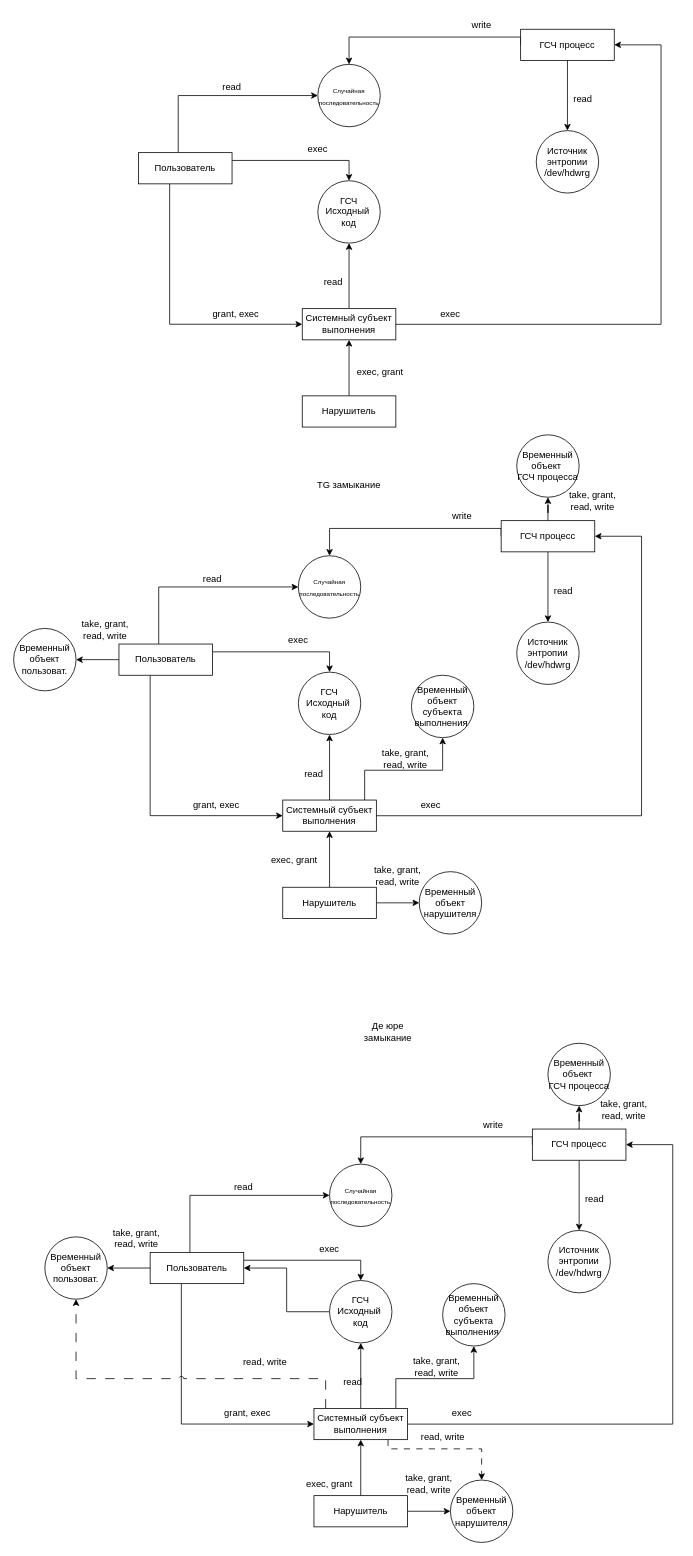
Before: page "Страница-2" (2 of 2) of модель_безопасности.drawio in dsm1337/diplom, a draw.io diagram. Source tidied: cells renumbered, new cells numbered last; positions are measured from the earlier drawing's top-left corner, leaving out a move shared by most shapes. Both pictures are drawn from the tidied source at 78%, with x=0, y=0 at pixel (13, 13).
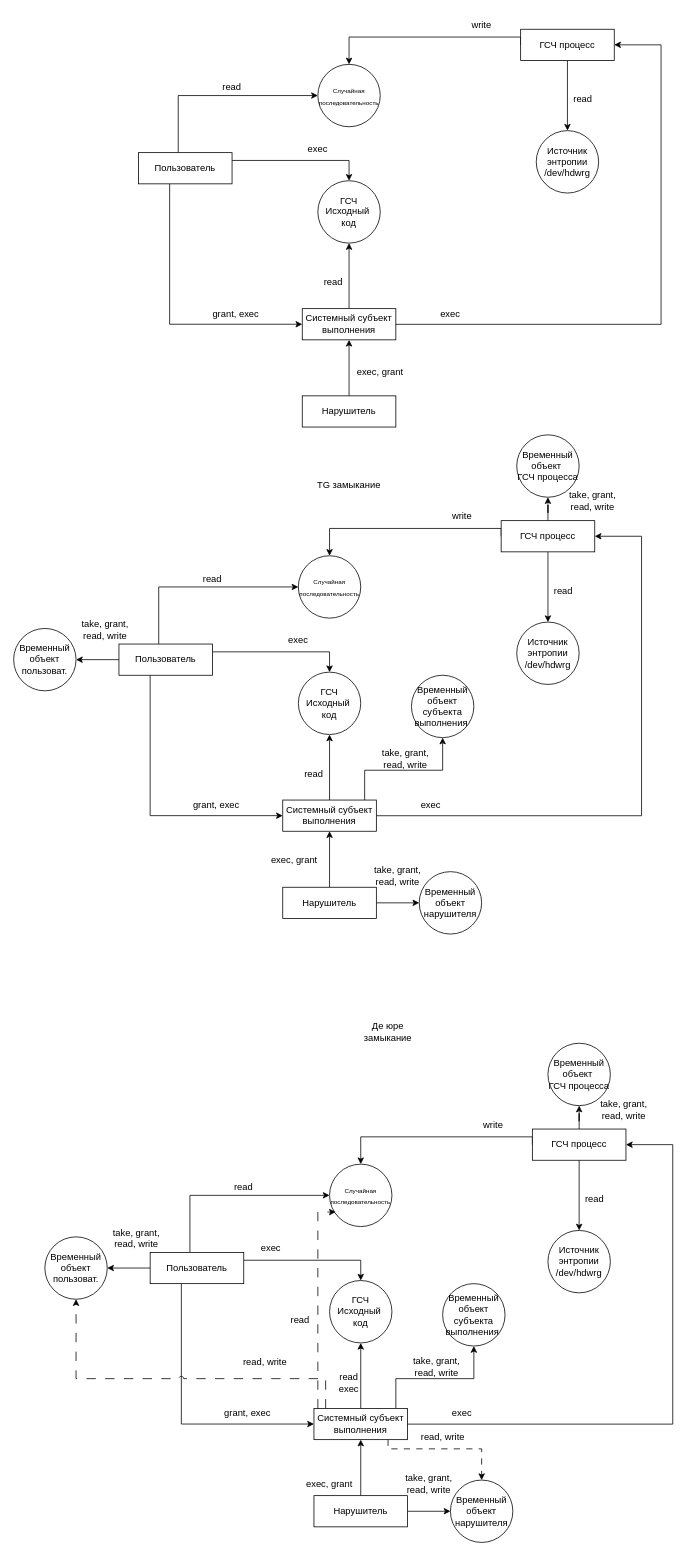
Above is the later version.

Unchanged cells that the change refers to:
```xml
<mxCell id="62" value="&lt;font style=&quot;font-size: 8px;&quot;&gt;Случайная последовательность&lt;/font&gt;" style="ellipse;whiteSpace=wrap;html=1;" parent="1" vertex="1">
  <mxGeometry x="405" y="1475" width="80" height="80" as="geometry" />
</mxCell>
<mxCell id="67" value="Пользователь" style="rounded=0;whiteSpace=wrap;html=1;" parent="1" vertex="1">
  <mxGeometry x="175" y="1588.2" width="120" height="40" as="geometry" />
</mxCell>
<mxCell id="77" value="Системный субъект выполнения" style="rounded=0;whiteSpace=wrap;html=1;" parent="1" vertex="1">
  <mxGeometry x="385" y="1788.2" width="120" height="40" as="geometry" />
</mxCell>
<mxCell id="84" value="ГСЧ&lt;br&gt;Исходный&amp;nbsp;&lt;div&gt;код&lt;/div&gt;" style="ellipse;whiteSpace=wrap;html=1;" parent="1" vertex="1">
  <mxGeometry x="405" y="1624.2" width="80" height="80" as="geometry" />
</mxCell>
```

Change to the diagram source:
```diff
@@
-    <mxCell id="83" style="edgeStyle=orthogonalEdgeStyle;rounded=0;jettySize=auto;html=1;" parent="1" edge="1" source="84" target="67">
-      <mxGeometry relative="1" as="geometry" />
-    </mxCell>
@@
-    <mxCell id="85" value="read" style="text;html=1;whiteSpace=wrap;strokeColor=none;fillColor=none;align=center;verticalAlign=middle;rounded=0;rotation=0;" parent="1" vertex="1">
-      <mxGeometry x="385" y="1740" width="100" height="30" as="geometry" />
+    <mxCell id="85" value="read&lt;div&gt;exec&lt;/div&gt;" style="text;html=1;whiteSpace=wrap;strokeColor=none;fillColor=none;align=center;verticalAlign=middle;rounded=0;rotation=0;" parent="1" vertex="1">
+      <mxGeometry x="380" y="1740" width="100" height="30" as="geometry" />
     </mxCell>
@@
     <mxCell id="87" value="exec" style="text;html=1;whiteSpace=wrap;strokeColor=none;fillColor=none;align=center;verticalAlign=middle;rounded=0;rotation=0;" parent="1" vertex="1">
-      <mxGeometry x="355" y="1569.2" width="100" height="30" as="geometry" />
+      <mxGeometry x="280" y="1568.2" width="100" height="30" as="geometry" />
     </mxCell>
@@
+    <mxCell id="102" style="edgeStyle=orthogonalEdgeStyle;rounded=0;jettySize=auto;html=1;entryX=0.099;entryY=0.768;entryDx=0;entryDy=0;entryPerimeter=0;dashed=1;dashPattern=12 12;" parent="1" edge="1" source="77" target="62">
+      <mxGeometry relative="1" as="geometry">
+        <Array as="points">
+          <mxPoint x="390" y="1536" />
+        </Array>
+      </mxGeometry>
+    </mxCell>
+    <mxCell id="103" value="read" style="text;html=1;whiteSpace=wrap;strokeColor=none;fillColor=none;align=center;verticalAlign=middle;rounded=0;rotation=0;" parent="1" vertex="1">
+      <mxGeometry x="325" y="1660" width="85" height="30" as="geometry" />
+    </mxCell>
```
